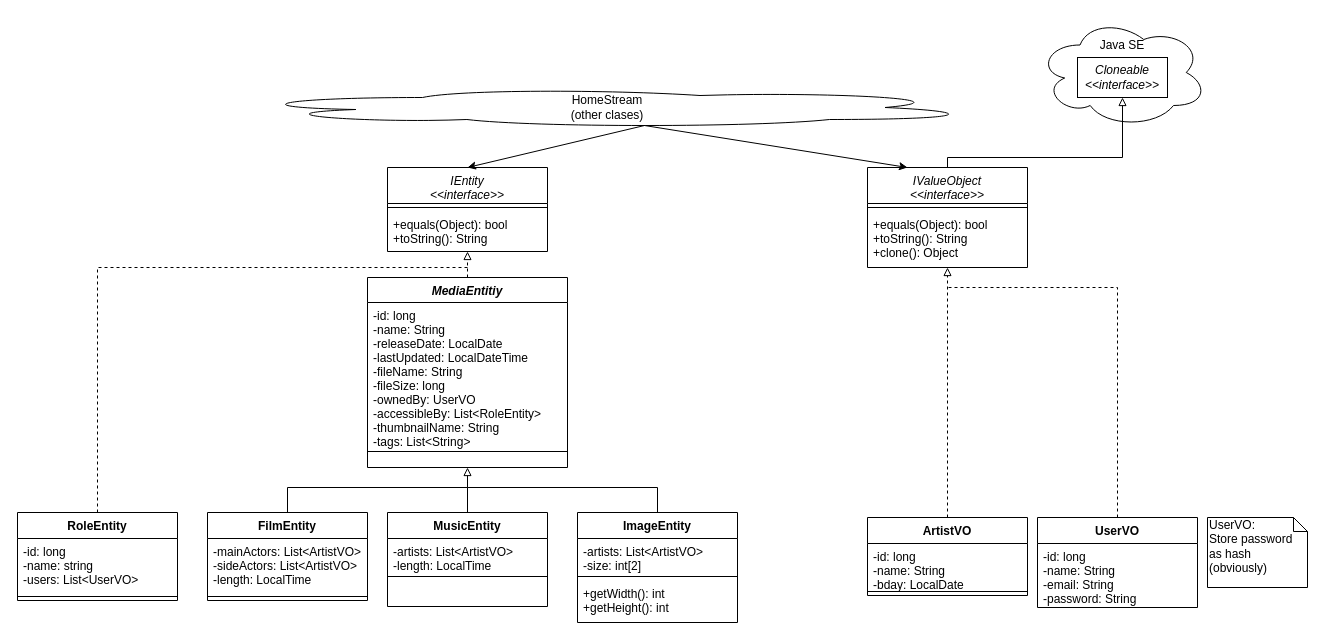
crashkid3000/HomeStream keeps this draw.io diagram as tdoc/db/uml_layered_entities.drawio. Above is the earlier version. Source tidied: cells renumbered, new cells numbered last; positions are measured from the earlier drawing's top-left corner, leaving out a move shared by most shapes. Both pictures are drawn from the tidied source at 100%, with x=0, y=0 at pixel (17, 17).
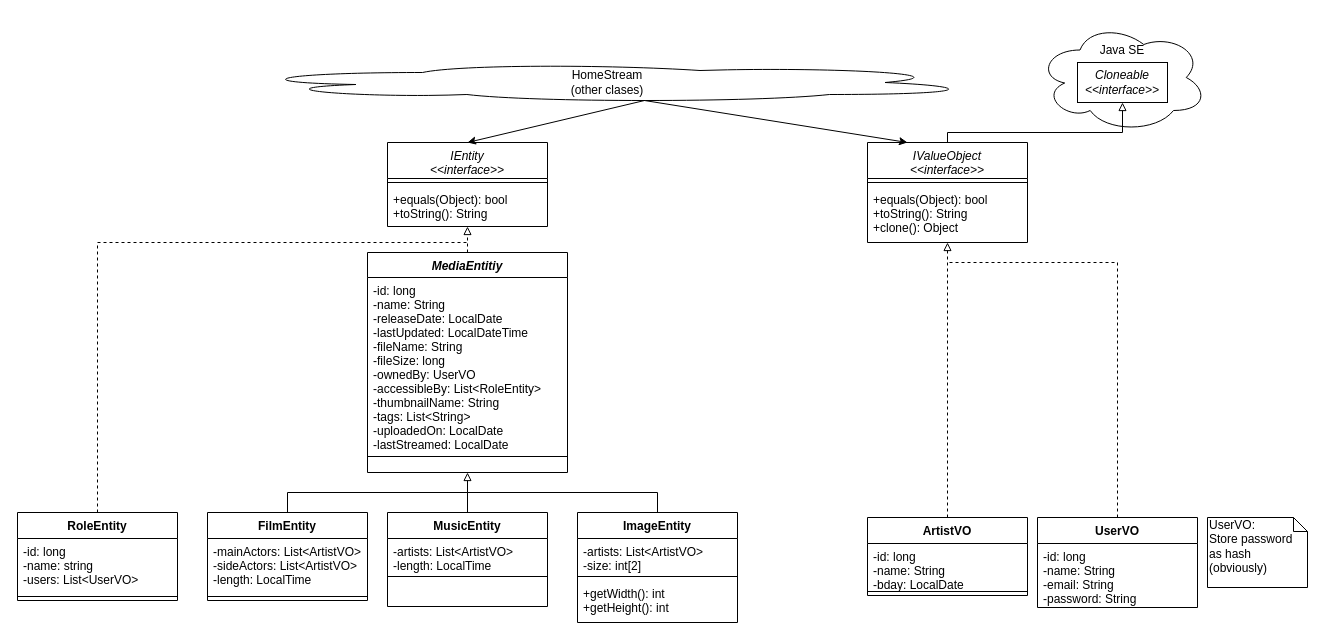
The same diagram, later.

The change refers to these unchanged cells:
```xml
<mxCell id="16" value="FilmEntity" style="swimlane;fontStyle=1;align=center;verticalAlign=top;horizontal=1;startSize=26;rounded=0;shadow=0;glass=0;comic=0;gradientColor=none;" parent="1" vertex="1">
  <mxGeometry x="190" y="495" width="160" height="88" as="geometry" />
</mxCell>
<mxCell id="25" value="MusicEntity" style="swimlane;fontStyle=1;align=center;verticalAlign=top;horizontal=1;startSize=26;rounded=0;shadow=0;glass=0;comic=0;gradientColor=none;" parent="1" vertex="1">
  <mxGeometry x="370" y="495" width="160" height="94" as="geometry" />
</mxCell>
<mxCell id="29" value="ImageEntity" style="swimlane;fontStyle=1;align=center;verticalAlign=top;horizontal=1;startSize=26;rounded=0;shadow=0;glass=0;comic=0;gradientColor=none;" parent="1" vertex="1">
  <mxGeometry x="560" y="495" width="160" height="110" as="geometry" />
</mxCell>
<mxCell id="36" value="UserVO" style="swimlane;fontStyle=1;align=center;verticalAlign=top;horizontal=1;startSize=26;rounded=0;shadow=0;glass=0;comic=0;gradientColor=none;" parent="1" vertex="1">
  <mxGeometry x="1020" y="500" width="160" height="90" as="geometry" />
</mxCell>
<mxCell id="39" value="RoleEntity" style="swimlane;fontStyle=1;align=center;verticalAlign=top;horizontal=1;startSize=26;rounded=0;shadow=0;glass=0;comic=0;gradientColor=none;" parent="1" vertex="1">
  <mxGeometry y="495" width="160" height="88" as="geometry" />
</mxCell>
```

Change to the diagram source:
```diff
@@
     <mxCell id="2" value="&lt;br&gt;&lt;div&gt;Java SE&lt;/div&gt;" style="ellipse;shape=cloud;whiteSpace=wrap;html=1;rounded=0;shadow=0;glass=0;comic=0;gradientColor=none;verticalAlign=top;" parent="1" vertex="1">
-      <mxGeometry x="1020" width="170" height="110" as="geometry" />
+      <mxGeometry x="1020" y="5" width="170" height="110" as="geometry" />
     </mxCell>
     <mxCell id="3" value="&lt;div&gt;HomeStream&lt;/div&gt;&lt;div&gt;(other clases)&lt;br&gt;&lt;/div&gt;" style="ellipse;shape=cloud;whiteSpace=wrap;html=1;gradientColor=none;" parent="1" vertex="1">
-      <mxGeometry x="220" y="70" width="740" height="40" as="geometry" />
+      <mxGeometry x="220" y="45" width="740" height="40" as="geometry" />
     </mxCell>
     <mxCell id="4" value="MediaEntitiy&#10;" style="swimlane;fontStyle=3;align=center;verticalAlign=top;horizontal=1;startSize=25;gradientColor=none;" parent="1" vertex="1">
-      <mxGeometry x="350" y="260" width="200" height="190" as="geometry" />
+      <mxGeometry x="350" y="235" width="200" height="220" as="geometry" />
     </mxCell>
-    <mxCell id="5" value="-id: long&#10;-name: String&#10;-releaseDate: LocalDate&#10;-lastUpdated: LocalDateTime&#10;-fileName: String&#10;-fileSize: long&#10;-ownedBy: UserVO&#10;-accessibleBy: List&lt;RoleEntity&gt;&#10;-thumbnailName: String&#10;-tags: List&lt;String&gt;&#10;&#10;&#10;" style="text;strokeColor=none;fillColor=none;align=left;verticalAlign=top;spacingLeft=4;spacingRight=4;overflow=hidden;" parent="4" vertex="1">
-      <mxGeometry y="25" width="200" height="145" as="geometry" />
+    <mxCell id="5" value="-id: long&#10;-name: String&#10;-releaseDate: LocalDate&#10;-lastUpdated: LocalDateTime&#10;-fileName: String&#10;-fileSize: long&#10;-ownedBy: UserVO&#10;-accessibleBy: List&lt;RoleEntity&gt;&#10;-thumbnailName: String&#10;-tags: List&lt;String&gt;&#10;-uploadedOn: LocalDate&#10;-lastStreamed: LocalDate&#10;&#10;&#10;" style="text;strokeColor=none;fillColor=none;align=left;verticalAlign=top;spacingLeft=4;spacingRight=4;overflow=hidden;" parent="4" vertex="1">
+      <mxGeometry y="25" width="200" height="175" as="geometry" />
     </mxCell>
     <mxCell id="6" style="line;strokeWidth=1;fillColor=none;align=left;verticalAlign=middle;spacingTop=-1;spacingLeft=3;spacingRight=3;labelPosition=right;" parent="4" vertex="1">
-      <mxGeometry y="170" width="200" height="8" as="geometry" />
+      <mxGeometry y="200" width="200" height="8" as="geometry" />
     </mxCell>
     <mxCell id="7" value=" " style="text;strokeColor=none;fillColor=none;align=left;verticalAlign=top;spacingLeft=4;spacingRight=4;overflow=hidden;" parent="4" vertex="1">
-      <mxGeometry y="178" width="200" height="12" as="geometry" />
+      <mxGeometry y="208" width="200" height="12" as="geometry" />
     </mxCell>
     <mxCell id="8" value="&lt;div&gt;&lt;i&gt;Cloneable&lt;/i&gt;&lt;/div&gt;&lt;div&gt;&lt;i&gt;&amp;lt;&amp;lt;interface&amp;gt;&amp;gt;&lt;br&gt;&lt;/i&gt;&lt;/div&gt;" style="whiteSpace=wrap;html=1;gradientColor=none;glass=0;rounded=0;shadow=0;comic=0;" parent="1" vertex="1">
-      <mxGeometry x="1060" y="40" width="90" height="40" as="geometry" />
+      <mxGeometry x="1060" y="45" width="90" height="40" as="geometry" />
     </mxCell>
     <mxCell id="9" style="endArrow=block;html=1;entryX=0.5;entryY=1;entryDx=0;entryDy=0;exitX=0.5;exitY=0;exitDx=0;exitDy=0;rounded=0;endFill=0;" parent="1" edge="1" source="13" target="8">
       <mxGeometry relative="1" as="geometry">
         <Array as="points">
-          <mxPoint x="930" y="140" />
-          <mxPoint x="1105" y="140" />
+          <mxPoint x="930" y="115" />
+          <mxPoint x="1105" y="115" />
         </Array>
       </mxGeometry>
     </mxCell>
     <mxCell id="10" value="IEntity&#10;&lt;&lt;interface&gt;&gt;&#10;" style="swimlane;fontStyle=2;align=center;verticalAlign=top;horizontal=1;startSize=36;rounded=0;shadow=0;glass=0;comic=0;gradientColor=none;" parent="1" vertex="1">
-      <mxGeometry x="370" y="150" width="160" height="84" as="geometry" />
+      <mxGeometry x="370" y="125" width="160" height="84" as="geometry" />
     </mxCell>
@@
     <mxCell id="13" value="IValueObject&#10;&lt;&lt;interface&gt;&gt;&#10;" style="swimlane;fontStyle=2;align=center;verticalAlign=top;horizontal=1;startSize=36;rounded=0;shadow=0;glass=0;comic=0;gradientColor=none;" parent="1" vertex="1">
-      <mxGeometry x="850" y="150" width="160" height="100" as="geometry" />
+      <mxGeometry x="850" y="125" width="160" height="100" as="geometry" />
     </mxCell>
@@
     <mxCell id="34" style="endArrow=block;html=1;endFill=0;exitX=0.5;exitY=0;exitDx=0;exitDy=0;rounded=0;entryX=0.5;entryY=1;entryDx=0;entryDy=0;" parent="1" edge="1" source="16" target="4">
       <mxGeometry relative="1" as="geometry">
         <Array as="points">
-          <mxPoint x="270" y="470" />
-          <mxPoint x="450" y="470" />
+          <mxPoint x="270" y="475" />
+          <mxPoint x="450" y="475" />
         </Array>
       </mxGeometry>
     </mxCell>
     <mxCell id="35" style="endArrow=none;html=1;exitX=0.5;exitY=0;exitDx=0;exitDy=0;rounded=0;entryX=0.5;entryY=0;entryDx=0;entryDy=0;" parent="1" edge="1" source="25" target="29">
       <mxGeometry relative="1" as="geometry">
         <Array as="points">
-          <mxPoint x="450" y="470" />
-          <mxPoint x="640" y="470" />
+          <mxPoint x="450" y="475" />
+          <mxPoint x="640" y="475" />
         </Array>
       </mxGeometry>
     </mxCell>
@@
     <mxCell id="42" style="endArrow=none;html=1;exitX=0.5;exitY=0;exitDx=0;exitDy=0;rounded=0;dashed=1;" parent="1" edge="1" source="39">
       <mxGeometry relative="1" as="geometry">
-        <mxPoint x="450" y="250" as="targetPoint" />
+        <mxPoint x="450" y="225" as="targetPoint" />
         <Array as="points">
-          <mxPoint x="80" y="250" />
+          <mxPoint x="80" y="225" />
         </Array>
       </mxGeometry>
     </mxCell>
     <mxCell id="43" style="endArrow=none;dashed=1;html=1;exitX=0.5;exitY=0;exitDx=0;exitDy=0;rounded=0;" parent="1" edge="1" source="36">
       <mxGeometry relative="1" as="geometry">
-        <mxPoint x="930" y="270" as="targetPoint" />
+        <mxPoint x="930" y="245" as="targetPoint" />
         <Array as="points">
-          <mxPoint x="1100" y="270" />
+          <mxPoint x="1100" y="245" />
         </Array>
       </mxGeometry>
     </mxCell>
```
